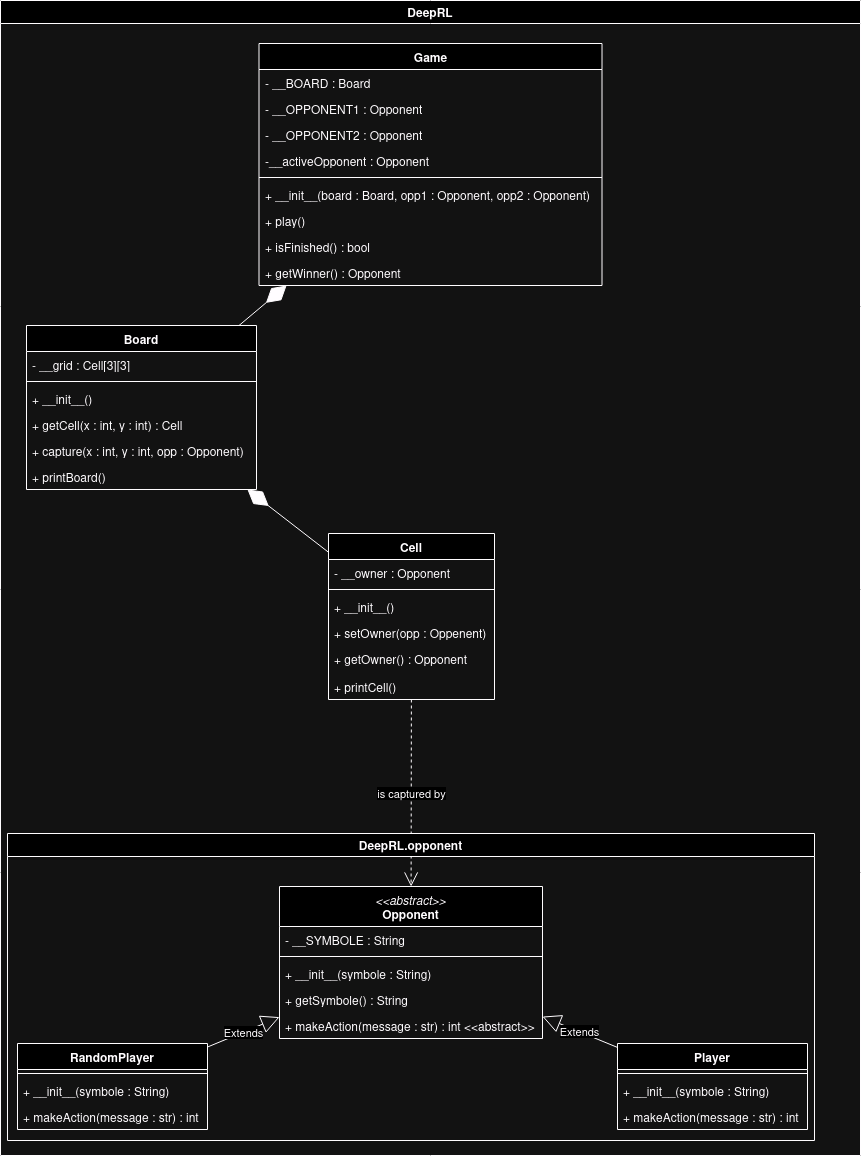
Before: uml/UML.png, a diagram exported from draw.io (Enzo-Claeyssen/Q-Learning_for_Tic_Tac_Toe). Source tidied: cells renumbered, new cells last; positions are measured from the earlier drawing's top-left corner, leaving out a move shared by most shapes. Its diagram source:
```xml
<mxGraphModel>
  <root>
    <mxCell id="0" />
    <mxCell id="1" parent="0" />
    <mxCell id="2" value="DeepRL" style="swimlane;" parent="1" vertex="1">
      <mxGeometry width="860" height="1155" as="geometry" />
    </mxCell>
    <mxCell id="3" value="Game" style="swimlane;fontStyle=1;align=center;verticalAlign=top;horizontal=1;startSize=26;whiteSpace=wrap;html=1;" parent="2" vertex="1">
      <mxGeometry x="258.5" y="43" width="343" height="242" as="geometry" />
    </mxCell>
    <mxCell id="4" value="- __BOARD : Board" style="text;strokeColor=none;fillColor=none;align=left;verticalAlign=top;spacingLeft=4;spacingRight=4;overflow=hidden;whiteSpace=wrap;html=1;" parent="3" vertex="1">
      <mxGeometry y="26" width="343" height="26" as="geometry" />
    </mxCell>
    <mxCell id="5" value="- __OPPONENT1 : Opponent" style="text;strokeColor=none;fillColor=none;align=left;verticalAlign=top;spacingLeft=4;spacingRight=4;overflow=hidden;whiteSpace=wrap;html=1;" parent="3" vertex="1">
      <mxGeometry y="52" width="343" height="26" as="geometry" />
    </mxCell>
    <mxCell id="6" value="- __OPPONENT2 : Opponent" style="text;strokeColor=none;fillColor=none;align=left;verticalAlign=top;spacingLeft=4;spacingRight=4;overflow=hidden;whiteSpace=wrap;html=1;" parent="3" vertex="1">
      <mxGeometry y="78" width="343" height="26" as="geometry" />
    </mxCell>
    <mxCell id="7" value="-__activeOpponent : Opponent" style="text;strokeColor=none;fillColor=none;align=left;verticalAlign=top;spacingLeft=4;spacingRight=4;overflow=hidden;whiteSpace=wrap;html=1;" parent="3" vertex="1">
      <mxGeometry y="104" width="343" height="26" as="geometry" />
    </mxCell>
    <mxCell id="8" style="line;strokeWidth=1;fillColor=none;align=left;verticalAlign=middle;spacingTop=-1;spacingLeft=3;spacingRight=3;labelPosition=right;strokeColor=inherit;" parent="3" vertex="1">
      <mxGeometry y="130" width="343" height="8" as="geometry" />
    </mxCell>
    <mxCell id="9" value="+ __init__(board : Board, opp1 : Opponent, opp2 : Opponent)" style="text;strokeColor=none;fillColor=none;align=left;verticalAlign=top;spacingLeft=4;spacingRight=4;overflow=hidden;whiteSpace=wrap;html=1;" parent="3" vertex="1">
      <mxGeometry y="138" width="343" height="26" as="geometry" />
    </mxCell>
    <mxCell id="10" value="+ play()" style="text;strokeColor=none;fillColor=none;align=left;verticalAlign=top;spacingLeft=4;spacingRight=4;overflow=hidden;whiteSpace=wrap;html=1;" parent="3" vertex="1">
      <mxGeometry y="164" width="343" height="26" as="geometry" />
    </mxCell>
    <mxCell id="11" value="+ isFinished() : bool " style="text;strokeColor=none;fillColor=none;align=left;verticalAlign=top;spacingLeft=4;spacingRight=4;overflow=hidden;whiteSpace=wrap;html=1;" parent="3" vertex="1">
      <mxGeometry y="190" width="343" height="26" as="geometry" />
    </mxCell>
    <mxCell id="12" value="+ getWinner() : Opponent" style="text;strokeColor=none;fillColor=none;align=left;verticalAlign=top;spacingLeft=4;spacingRight=4;overflow=hidden;whiteSpace=wrap;html=1;" parent="3" vertex="1">
      <mxGeometry y="216" width="343" height="26" as="geometry" />
    </mxCell>
    <mxCell id="13" value="Board" style="swimlane;fontStyle=1;align=center;verticalAlign=top;horizontal=1;startSize=26;whiteSpace=wrap;html=1;" parent="2" vertex="1">
      <mxGeometry x="26" y="325" width="230" height="164" as="geometry" />
    </mxCell>
    <mxCell id="14" value="- __grid : Cell[3][3]" style="text;strokeColor=none;fillColor=none;align=left;verticalAlign=top;spacingLeft=4;spacingRight=4;overflow=hidden;whiteSpace=wrap;html=1;" parent="13" vertex="1">
      <mxGeometry y="26" width="230" height="26" as="geometry" />
    </mxCell>
    <mxCell id="15" style="line;strokeWidth=1;fillColor=none;align=left;verticalAlign=middle;spacingTop=-1;spacingLeft=3;spacingRight=3;labelPosition=right;strokeColor=inherit;" parent="13" vertex="1">
      <mxGeometry y="52" width="230" height="8" as="geometry" />
    </mxCell>
    <mxCell id="16" value="&lt;div&gt;+ __init__()&lt;/div&gt;" style="text;strokeColor=none;fillColor=none;align=left;verticalAlign=top;spacingLeft=4;spacingRight=4;overflow=hidden;whiteSpace=wrap;html=1;" parent="13" vertex="1">
      <mxGeometry y="60" width="230" height="26" as="geometry" />
    </mxCell>
    <mxCell id="17" value="+ getCell(x : int, y : int) : Cell" style="text;strokeColor=none;fillColor=none;align=left;verticalAlign=top;spacingLeft=4;spacingRight=4;overflow=hidden;whiteSpace=wrap;html=1;" parent="13" vertex="1">
      <mxGeometry y="86" width="230" height="26" as="geometry" />
    </mxCell>
    <mxCell id="18" value="+ capture(x : int, y : int, opp : Opponent)" style="text;strokeColor=none;fillColor=none;align=left;verticalAlign=top;spacingLeft=4;spacingRight=4;overflow=hidden;whiteSpace=wrap;html=1;" parent="13" vertex="1">
      <mxGeometry y="112" width="230" height="26" as="geometry" />
    </mxCell>
    <mxCell id="19" value="+ printBoard()" style="text;strokeColor=none;fillColor=none;align=left;verticalAlign=top;spacingLeft=4;spacingRight=4;overflow=hidden;whiteSpace=wrap;html=1;" parent="13" vertex="1">
      <mxGeometry y="138" width="230" height="26" as="geometry" />
    </mxCell>
    <mxCell id="20" style="endArrow=diamondThin;endFill=1;endSize=24;html=1;rounded=0;" parent="2" edge="1" source="13" target="3">
      <mxGeometry relative="1" as="geometry" />
    </mxCell>
    <mxCell id="21" value="Cell" style="swimlane;fontStyle=1;align=center;verticalAlign=top;horizontal=1;startSize=26;whiteSpace=wrap;html=1;" parent="2" vertex="1">
      <mxGeometry x="328" y="533" width="166" height="166" as="geometry" />
    </mxCell>
    <mxCell id="22" value="- __owner : Opponent" style="text;strokeColor=none;fillColor=none;align=left;verticalAlign=top;spacingLeft=4;spacingRight=4;overflow=hidden;whiteSpace=wrap;html=1;" parent="21" vertex="1">
      <mxGeometry y="26" width="166" height="26" as="geometry" />
    </mxCell>
    <mxCell id="23" style="line;strokeWidth=1;fillColor=none;align=left;verticalAlign=middle;spacingTop=-1;spacingLeft=3;spacingRight=3;labelPosition=right;strokeColor=inherit;" parent="21" vertex="1">
      <mxGeometry y="52" width="166" height="8" as="geometry" />
    </mxCell>
    <mxCell id="24" value="+ __init__()" style="text;strokeColor=none;fillColor=none;align=left;verticalAlign=top;spacingLeft=4;spacingRight=4;overflow=hidden;whiteSpace=wrap;html=1;" parent="21" vertex="1">
      <mxGeometry y="60" width="166" height="26" as="geometry" />
    </mxCell>
    <mxCell id="25" value="+ setOwner(opp : Oppenent)" style="text;strokeColor=none;fillColor=none;align=left;verticalAlign=top;spacingLeft=4;spacingRight=4;overflow=hidden;whiteSpace=wrap;html=1;" parent="21" vertex="1">
      <mxGeometry y="86" width="166" height="26" as="geometry" />
    </mxCell>
    <mxCell id="26" value="&lt;div&gt;+ getOwner() : Opponent&lt;/div&gt;" style="text;strokeColor=none;fillColor=none;align=left;verticalAlign=top;spacingLeft=4;spacingRight=4;overflow=hidden;whiteSpace=wrap;html=1;" parent="21" vertex="1">
      <mxGeometry y="112" width="166" height="28" as="geometry" />
    </mxCell>
    <mxCell id="27" value="+ printCell()" style="text;strokeColor=none;fillColor=none;align=left;verticalAlign=top;spacingLeft=4;spacingRight=4;overflow=hidden;whiteSpace=wrap;html=1;" parent="21" vertex="1">
      <mxGeometry y="140" width="166" height="26" as="geometry" />
    </mxCell>
    <mxCell id="28" style="endArrow=diamondThin;endFill=1;endSize=24;html=1;rounded=0;" parent="2" edge="1" source="21" target="13">
      <mxGeometry relative="1" as="geometry" />
    </mxCell>
    <mxCell id="29" value="is captured by" style="endArrow=open;endSize=12;dashed=1;html=1;rounded=0;" parent="2" edge="1" source="21" target="39">
      <mxGeometry relative="1" as="geometry" />
    </mxCell>
    <mxCell id="30" value="DeepRL.opponent" style="swimlane;" parent="2" vertex="1">
      <mxGeometry x="7" y="833" width="807" height="307" as="geometry" />
    </mxCell>
    <mxCell id="31" value="RandomPlayer" style="swimlane;fontStyle=1;align=center;verticalAlign=top;horizontal=1;startSize=26;whiteSpace=wrap;html=1;" parent="30" vertex="1">
      <mxGeometry x="10" y="210" width="190" height="86" as="geometry" />
    </mxCell>
    <mxCell id="32" style="line;strokeWidth=1;fillColor=none;align=left;verticalAlign=middle;spacingTop=-1;spacingLeft=3;spacingRight=3;labelPosition=right;strokeColor=inherit;" parent="31" vertex="1">
      <mxGeometry y="26" width="190" height="8" as="geometry" />
    </mxCell>
    <mxCell id="33" value="+ __init__(symbole : String)" style="text;strokeColor=none;fillColor=none;align=left;verticalAlign=top;spacingLeft=4;spacingRight=4;overflow=hidden;whiteSpace=wrap;html=1;" parent="31" vertex="1">
      <mxGeometry y="34" width="190" height="26" as="geometry" />
    </mxCell>
    <mxCell id="34" value="+ makeAction(message : str) : int" style="text;strokeColor=none;fillColor=none;align=left;verticalAlign=top;spacingLeft=4;spacingRight=4;overflow=hidden;whiteSpace=wrap;html=1;" parent="31" vertex="1">
      <mxGeometry y="60" width="190" height="26" as="geometry" />
    </mxCell>
    <mxCell id="35" value="Player" style="swimlane;fontStyle=1;align=center;verticalAlign=top;horizontal=1;startSize=26;whiteSpace=wrap;html=1;" parent="30" vertex="1">
      <mxGeometry x="610" y="210" width="190" height="86" as="geometry" />
    </mxCell>
    <mxCell id="36" style="line;strokeWidth=1;fillColor=none;align=left;verticalAlign=middle;spacingTop=-1;spacingLeft=3;spacingRight=3;labelPosition=right;strokeColor=inherit;" parent="35" vertex="1">
      <mxGeometry y="26" width="190" height="8" as="geometry" />
    </mxCell>
    <mxCell id="37" value="+ __init__(symbole : String)" style="text;strokeColor=none;fillColor=none;align=left;verticalAlign=top;spacingLeft=4;spacingRight=4;overflow=hidden;whiteSpace=wrap;html=1;" parent="35" vertex="1">
      <mxGeometry y="34" width="190" height="26" as="geometry" />
    </mxCell>
    <mxCell id="38" value="+ makeAction(message : str) : int" style="text;strokeColor=none;fillColor=none;align=left;verticalAlign=top;spacingLeft=4;spacingRight=4;overflow=hidden;whiteSpace=wrap;html=1;" parent="35" vertex="1">
      <mxGeometry y="60" width="190" height="26" as="geometry" />
    </mxCell>
    <mxCell id="39" value="&lt;span style=&quot;font-weight: normal;&quot;&gt;&lt;i&gt;&amp;lt;&amp;lt;abstract&amp;gt;&amp;gt;&lt;/i&gt;&lt;/span&gt;&lt;br&gt;Opponent" style="swimlane;fontStyle=1;align=center;verticalAlign=top;horizontal=1;startSize=40;whiteSpace=wrap;html=1;" parent="30" vertex="1">
      <mxGeometry x="272" y="53" width="263" height="152" as="geometry" />
    </mxCell>
    <mxCell id="40" value="- __SYMBOLE : String" style="text;strokeColor=none;fillColor=none;align=left;verticalAlign=top;spacingLeft=4;spacingRight=4;overflow=hidden;whiteSpace=wrap;html=1;" parent="39" vertex="1">
      <mxGeometry y="40" width="263" height="26" as="geometry" />
    </mxCell>
    <mxCell id="41" style="line;strokeWidth=1;fillColor=none;align=left;verticalAlign=middle;spacingTop=-1;spacingLeft=3;spacingRight=3;labelPosition=right;strokeColor=inherit;" parent="39" vertex="1">
      <mxGeometry y="66" width="263" height="8" as="geometry" />
    </mxCell>
    <mxCell id="42" value="+ __init__(symbole : String)" style="text;strokeColor=none;fillColor=none;align=left;verticalAlign=top;spacingLeft=4;spacingRight=4;overflow=hidden;whiteSpace=wrap;html=1;" parent="39" vertex="1">
      <mxGeometry y="74" width="263" height="26" as="geometry" />
    </mxCell>
    <mxCell id="43" value="+ getSymbole() : String" style="text;strokeColor=none;fillColor=none;align=left;verticalAlign=top;spacingLeft=4;spacingRight=4;overflow=hidden;whiteSpace=wrap;html=1;" parent="39" vertex="1">
      <mxGeometry y="100" width="263" height="26" as="geometry" />
    </mxCell>
    <mxCell id="44" value="+ makeAction(message : str) : int &amp;lt;&amp;lt;abstract&amp;gt;&amp;gt;" style="text;strokeColor=none;fillColor=none;align=left;verticalAlign=top;spacingLeft=4;spacingRight=4;overflow=hidden;whiteSpace=wrap;html=1;" parent="39" vertex="1">
      <mxGeometry y="126" width="263" height="26" as="geometry" />
    </mxCell>
    <mxCell id="45" value="Extends" style="endArrow=block;endSize=16;endFill=0;html=1;rounded=0;" parent="30" edge="1" source="31" target="39">
      <mxGeometry relative="1" as="geometry" />
    </mxCell>
    <mxCell id="46" value="Extends" style="endArrow=block;endSize=16;endFill=0;html=1;rounded=0;" parent="30" edge="1" source="35" target="39">
      <mxGeometry relative="1" as="geometry" />
    </mxCell>
  </root>
</mxGraphModel>
```
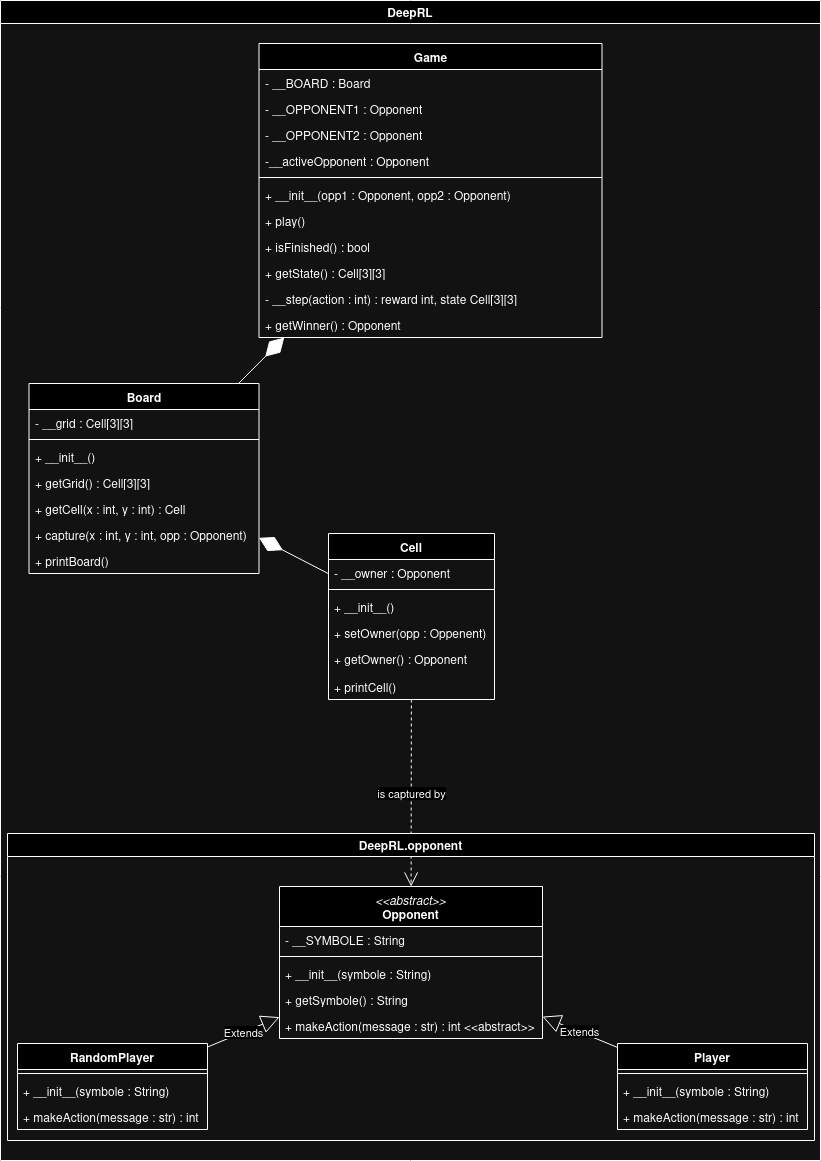
After the change.

Commit message:
Done UML and Prepared files for v0.0.8

Diff of the diagram source:
```diff
@@ -3,10 +3,10 @@
     <mxCell id="0" />
     <mxCell id="1" parent="0" />
     <mxCell id="2" value="DeepRL" style="swimlane;" parent="1" vertex="1">
-      <mxGeometry width="860" height="1155" as="geometry" />
+      <mxGeometry width="820" height="1160" as="geometry" />
     </mxCell>
     <mxCell id="3" value="Game" style="swimlane;fontStyle=1;align=center;verticalAlign=top;horizontal=1;startSize=26;whiteSpace=wrap;html=1;" parent="2" vertex="1">
-      <mxGeometry x="258.5" y="43" width="343" height="242" as="geometry" />
+      <mxGeometry x="258.5" y="43" width="343" height="294" as="geometry" />
     </mxCell>
     <mxCell id="4" value="- __BOARD : Board" style="text;strokeColor=none;fillColor=none;align=left;verticalAlign=top;spacingLeft=4;spacingRight=4;overflow=hidden;whiteSpace=wrap;html=1;" parent="3" vertex="1">
       <mxGeometry y="26" width="343" height="26" as="geometry" />
@@ -23,7 +23,7 @@
     <mxCell id="8" style="line;strokeWidth=1;fillColor=none;align=left;verticalAlign=middle;spacingTop=-1;spacingLeft=3;spacingRight=3;labelPosition=right;strokeColor=inherit;" parent="3" vertex="1">
       <mxGeometry y="130" width="343" height="8" as="geometry" />
     </mxCell>
-    <mxCell id="9" value="+ __init__(board : Board, opp1 : Opponent, opp2 : Opponent)" style="text;strokeColor=none;fillColor=none;align=left;verticalAlign=top;spacingLeft=4;spacingRight=4;overflow=hidden;whiteSpace=wrap;html=1;" parent="3" vertex="1">
+    <mxCell id="9" value="+ __init__(opp1 : Opponent, opp2 : Opponent)" style="text;strokeColor=none;fillColor=none;align=left;verticalAlign=top;spacingLeft=4;spacingRight=4;overflow=hidden;whiteSpace=wrap;html=1;" parent="3" vertex="1">
       <mxGeometry y="138" width="343" height="26" as="geometry" />
     </mxCell>
     <mxCell id="10" value="+ play()" style="text;strokeColor=none;fillColor=none;align=left;verticalAlign=top;spacingLeft=4;spacingRight=4;overflow=hidden;whiteSpace=wrap;html=1;" parent="3" vertex="1">
@@ -32,11 +32,17 @@
     <mxCell id="11" value="+ isFinished() : bool " style="text;strokeColor=none;fillColor=none;align=left;verticalAlign=top;spacingLeft=4;spacingRight=4;overflow=hidden;whiteSpace=wrap;html=1;" parent="3" vertex="1">
       <mxGeometry y="190" width="343" height="26" as="geometry" />
     </mxCell>
+    <mxCell id="47" value="+ getState() : Cell[3][3]" style="text;strokeColor=none;fillColor=none;align=left;verticalAlign=top;spacingLeft=4;spacingRight=4;overflow=hidden;whiteSpace=wrap;html=1;" parent="3" vertex="1">
+      <mxGeometry y="216" width="343" height="26" as="geometry" />
+    </mxCell>
+    <mxCell id="48" value="- __step(action : int) : reward int, state Cell[3][3]" style="text;strokeColor=none;fillColor=none;align=left;verticalAlign=top;spacingLeft=4;spacingRight=4;overflow=hidden;whiteSpace=wrap;html=1;" parent="3" vertex="1">
+      <mxGeometry y="242" width="343" height="26" as="geometry" />
+    </mxCell>
     <mxCell id="12" value="+ getWinner() : Opponent" style="text;strokeColor=none;fillColor=none;align=left;verticalAlign=top;spacingLeft=4;spacingRight=4;overflow=hidden;whiteSpace=wrap;html=1;" parent="3" vertex="1">
-      <mxGeometry y="216" width="343" height="26" as="geometry" />
+      <mxGeometry y="268" width="343" height="26" as="geometry" />
     </mxCell>
     <mxCell id="13" value="Board" style="swimlane;fontStyle=1;align=center;verticalAlign=top;horizontal=1;startSize=26;whiteSpace=wrap;html=1;" parent="2" vertex="1">
-      <mxGeometry x="26" y="325" width="230" height="164" as="geometry" />
+      <mxGeometry x="28.5" y="383" width="230" height="190" as="geometry" />
     </mxCell>
     <mxCell id="14" value="- __grid : Cell[3][3]" style="text;strokeColor=none;fillColor=none;align=left;verticalAlign=top;spacingLeft=4;spacingRight=4;overflow=hidden;whiteSpace=wrap;html=1;" parent="13" vertex="1">
       <mxGeometry y="26" width="230" height="26" as="geometry" />
@@ -47,14 +53,17 @@
     <mxCell id="16" value="&lt;div&gt;+ __init__()&lt;/div&gt;" style="text;strokeColor=none;fillColor=none;align=left;verticalAlign=top;spacingLeft=4;spacingRight=4;overflow=hidden;whiteSpace=wrap;html=1;" parent="13" vertex="1">
       <mxGeometry y="60" width="230" height="26" as="geometry" />
     </mxCell>
+    <mxCell id="49" value="+ getGrid() : Cell[3][3] " style="text;strokeColor=none;fillColor=none;align=left;verticalAlign=top;spacingLeft=4;spacingRight=4;overflow=hidden;whiteSpace=wrap;html=1;" parent="13" vertex="1">
+      <mxGeometry y="86" width="230" height="26" as="geometry" />
+    </mxCell>
     <mxCell id="17" value="+ getCell(x : int, y : int) : Cell" style="text;strokeColor=none;fillColor=none;align=left;verticalAlign=top;spacingLeft=4;spacingRight=4;overflow=hidden;whiteSpace=wrap;html=1;" parent="13" vertex="1">
-      <mxGeometry y="86" width="230" height="26" as="geometry" />
+      <mxGeometry y="112" width="230" height="26" as="geometry" />
     </mxCell>
     <mxCell id="18" value="+ capture(x : int, y : int, opp : Opponent)" style="text;strokeColor=none;fillColor=none;align=left;verticalAlign=top;spacingLeft=4;spacingRight=4;overflow=hidden;whiteSpace=wrap;html=1;" parent="13" vertex="1">
-      <mxGeometry y="112" width="230" height="26" as="geometry" />
+      <mxGeometry y="138" width="230" height="26" as="geometry" />
     </mxCell>
     <mxCell id="19" value="+ printBoard()" style="text;strokeColor=none;fillColor=none;align=left;verticalAlign=top;spacingLeft=4;spacingRight=4;overflow=hidden;whiteSpace=wrap;html=1;" parent="13" vertex="1">
-      <mxGeometry y="138" width="230" height="26" as="geometry" />
+      <mxGeometry y="164" width="230" height="26" as="geometry" />
     </mxCell>
     <mxCell id="20" style="endArrow=diamondThin;endFill=1;endSize=24;html=1;rounded=0;" parent="2" edge="1" source="13" target="3">
       <mxGeometry relative="1" as="geometry" />
```
